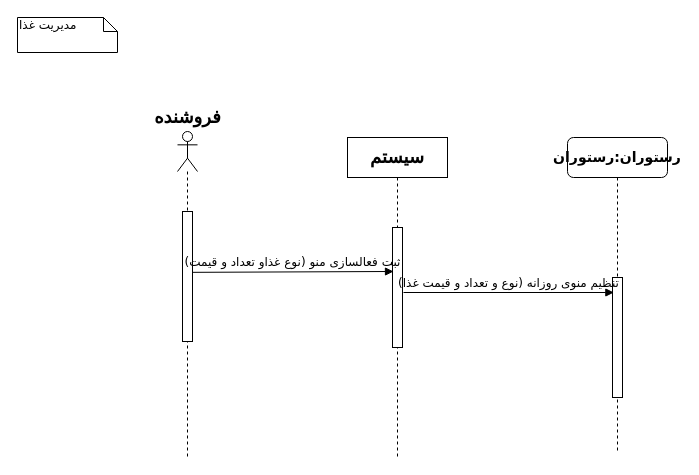
Earlier version of the draw.io diagram Behavioural Modeling/food_management.drawio (khoramian/TahDig_SoftwareEngineering). Source tidied: cells renumbered, new cells numbered last; positions are measured from the earlier drawing's top-left corner, leaving out a move shared by most shapes. Both pictures are drawn from the tidied source at 100%, with x=0, y=0 at pixel (17, 17).
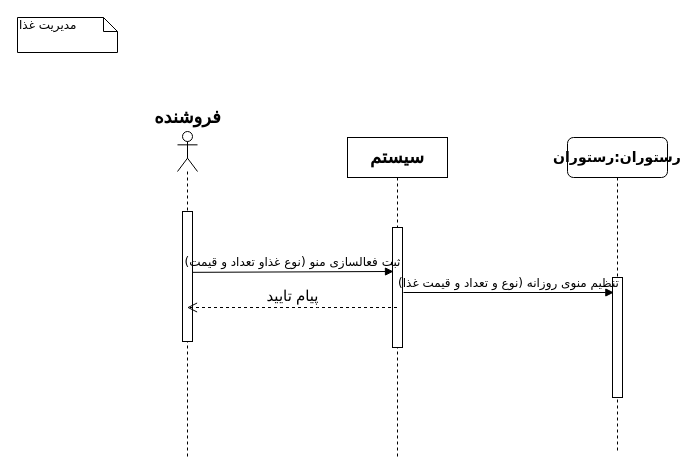
Above is the later version.

Change to the diagram source:
```diff
@@
 <mxGraphModel>
   <root>
     <mxCell id="0" />
     <mxCell id="1" parent="0" />
     <mxCell id="2" value="&lt;b&gt;&lt;font style=&quot;font-size: 14px&quot;&gt;رستوران:رستوران&lt;/font&gt;&lt;/b&gt;" style="shape=umlLifeline;perimeter=lifelinePerimeter;whiteSpace=wrap;html=1;rounded=1;shadow=0;comic=0;labelBackgroundColor=none;strokeWidth=1;fontFamily=Verdana;fontSize=12;align=center;" parent="1" vertex="1">
       <mxGeometry x="550" y="120" width="100" height="316" as="geometry" />
     </mxCell>
     <mxCell id="3" style="html=1;points=[];perimeter=orthogonalPerimeter;rounded=0;shadow=0;comic=0;labelBackgroundColor=none;strokeWidth=1;fontFamily=Verdana;fontSize=12;align=center;" parent="2" vertex="1">
       <mxGeometry x="45" y="140" width="10" height="120" as="geometry" />
     </mxCell>
     <mxCell id="4" value="مدیریت غذا" style="shape=note;whiteSpace=wrap;html=1;size=14;verticalAlign=top;align=left;spacingTop=-6;rounded=0;shadow=0;comic=0;labelBackgroundColor=none;strokeWidth=1;fontFamily=Verdana;fontSize=12;" parent="1" vertex="1">
       <mxGeometry width="100" height="35" as="geometry" />
     </mxCell>
     <mxCell id="5" style="shape=umlLifeline;participant=umlActor;perimeter=lifelinePerimeter;whiteSpace=wrap;html=1;verticalAlign=top;spacingTop=36;outlineConnect=0;" parent="1" vertex="1">
       <mxGeometry x="160" y="114" width="20" height="326" as="geometry" />
     </mxCell>
     <mxCell id="6" value="&lt;b&gt;&lt;font style=&quot;font-size: 18px&quot;&gt;فروشنده&lt;/font&gt;&lt;/b&gt;" style="text;html=1;align=center;verticalAlign=middle;" parent="1" vertex="1">
       <mxGeometry x="140" y="90" width="60" height="20" as="geometry" />
     </mxCell>
     <mxCell id="7" value="&lt;b&gt;&lt;font&gt;&lt;font style=&quot;font-size: 18px&quot;&gt;سیستم &lt;/font&gt;&lt;br&gt;&lt;/font&gt;&lt;/b&gt;" style="shape=umlLifeline;perimeter=lifelinePerimeter;whiteSpace=wrap;html=1;outlineConnect=0;" parent="1" vertex="1">
       <mxGeometry x="330" y="120" width="100" height="320" as="geometry" />
     </mxCell>
     <mxCell id="8" style="html=1;perimeter=orthogonalPerimeter;rounded=0;shadow=0;comic=0;labelBackgroundColor=none;strokeWidth=1;fontFamily=Verdana;fontSize=12;align=center;" parent="7" vertex="1">
       <mxGeometry x="45" y="90" width="10" height="120" as="geometry" />
     </mxCell>
     <mxCell id="9" style="html=1;points=[];perimeter=orthogonalPerimeter;" parent="1" vertex="1">
       <mxGeometry x="165" y="194" width="10" height="130" as="geometry" />
     </mxCell>
     <mxCell id="10" value="(تنظیم منوی روزانه (نوع و تعداد و قیمت غذا" style="html=1;verticalAlign=bottom;endArrow=block;labelBackgroundColor=none;fontFamily=Verdana;fontSize=12;edgeStyle=elbowEdgeStyle;elbow=vertical;entryX=0.136;entryY=0.123;entryDx=0;entryDy=0;entryPerimeter=0;" parent="1" edge="1" target="3">
       <mxGeometry relative="1" as="geometry">
         <mxPoint x="386" y="275" as="sourcePoint" />
         <Array as="points">
           <mxPoint x="590" y="275" />
         </Array>
       </mxGeometry>
     </mxCell>
     <mxCell id="11" value="(ثبت فعالسازی منو (نوع غذاو تعداد و قیمت" style="html=1;verticalAlign=bottom;endArrow=block;labelBackgroundColor=none;fontFamily=Verdana;fontSize=12;edgeStyle=elbowEdgeStyle;elbow=vertical;exitX=1.024;exitY=0.468;exitDx=0;exitDy=0;exitPerimeter=0;" parent="1" edge="1" source="9">
       <mxGeometry relative="1" as="geometry">
         <mxPoint x="376" y="254" as="targetPoint" />
         <Array as="points">
           <mxPoint x="286" y="254" />
           <mxPoint x="296" y="234" />
         </Array>
       </mxGeometry>
     </mxCell>
+    <mxCell id="12" value="&lt;font style=&quot;font-size: 15px&quot;&gt;پیام تایید&lt;br&gt;&lt;/font&gt;" style="html=1;verticalAlign=bottom;endArrow=open;dashed=1;endSize=8;" parent="1" edge="1" source="7" target="5">
+      <mxGeometry relative="1" as="geometry">
+        <Array as="points">
+          <mxPoint x="310" y="290" />
+        </Array>
+      </mxGeometry>
+    </mxCell>
   </root>
 </mxGraphModel>
```
